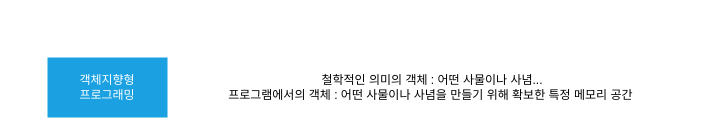
Before: 20230909.drawio in codus87/UnityStudy, a draw.io diagram. Source tidied: cells renumbered, new cells numbered last; positions are measured from the earlier drawing's top-left corner, leaving out a move shared by most shapes. Both pictures are drawn from the tidied source at 100%, with x=0, y=0 at pixel (47, 57).
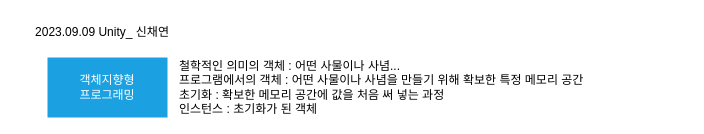
Above is the later version.

The edit, as a diff of the source:
```diff
@@
 <mxGraphModel>
   <root>
     <mxCell id="0" />
     <mxCell id="1" parent="0" />
     <mxCell id="2" value="객체지향형&lt;br&gt;프로그래밍" style="rounded=0;whiteSpace=wrap;html=1;fillColor=#1ba1e2;strokeColor=none;fontColor=#ffffff;" parent="1" vertex="1">
       <mxGeometry width="120" height="60" as="geometry" />
     </mxCell>
-    <mxCell id="3" value="철학적인 의미의 객체 : 어떤 사물이나 사념...&lt;br&gt;프로그램에서의 객체 : 어떤 사물이나 사념을 만들기 위해 확보한 특정 메모리 공간&amp;nbsp;" style="text;html=1;strokeColor=none;fillColor=none;align=center;verticalAlign=middle;whiteSpace=wrap;rounded=0;" parent="1" vertex="1">
+    <mxCell id="3" value="철학적인 의미의 객체 : 어떤 사물이나 사념...&lt;br&gt;프로그램에서의 객체 : 어떤 사물이나 사념을 만들기 위해 확보한 특정 메모리 공간&lt;br&gt;초기화 : 확보한 메모리 공간에 값을 처음 써 넣는 과정&lt;br&gt;&lt;div style=&quot;&quot;&gt;&lt;span style=&quot;background-color: initial;&quot;&gt;인스턴스 : 초기화가 된 객체&lt;/span&gt;&lt;/div&gt;" style="text;html=1;strokeColor=none;fillColor=none;align=left;verticalAlign=middle;whiteSpace=wrap;rounded=0;" parent="1" vertex="1">
       <mxGeometry x="130" y="5" width="510" height="50" as="geometry" />
     </mxCell>
+    <mxCell id="4" value="2023.09.09 Unity_ 신채연" style="text;html=1;strokeColor=none;fillColor=none;align=center;verticalAlign=middle;whiteSpace=wrap;rounded=0;" parent="1" vertex="1">
+      <mxGeometry x="-30" y="-40" width="170" height="30" as="geometry" />
+    </mxCell>
   </root>
 </mxGraphModel>
```
